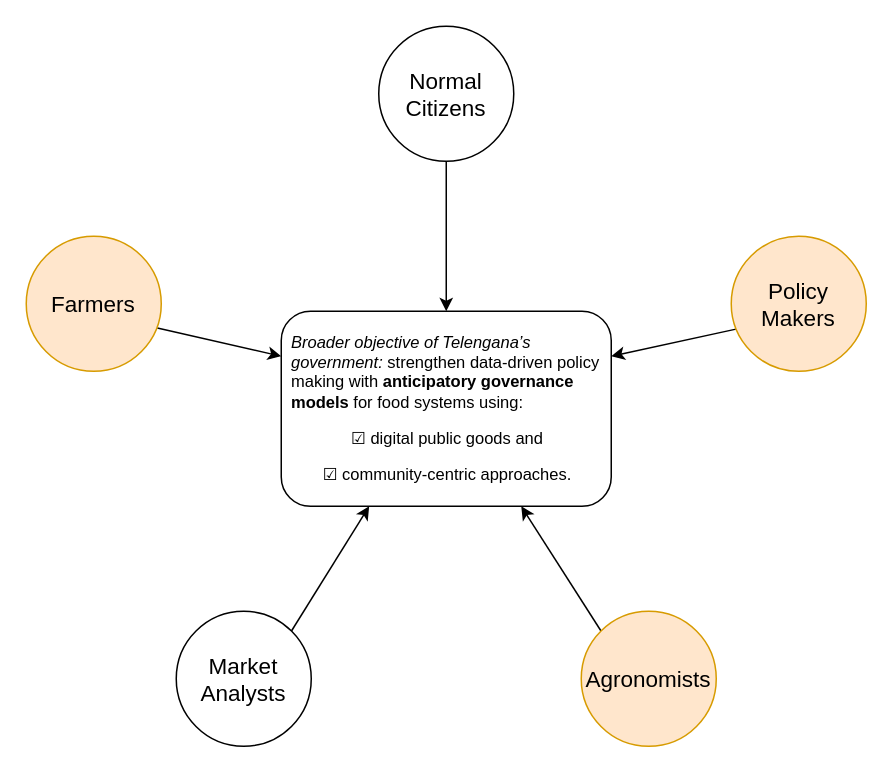
Earlier version of the draw.io diagram images_diagrams/stakeholders_in_broader_gov_objective.drawio (gabrielemarra/DREAM-ProjectDesign). Source tidied: cells renumbered, new cells numbered last; positions are measured from the earlier drawing's top-left corner, leaving out a move shared by most shapes. Both pictures are drawn from the tidied source at 150%, with x=0, y=0 at pixel (26, 26).
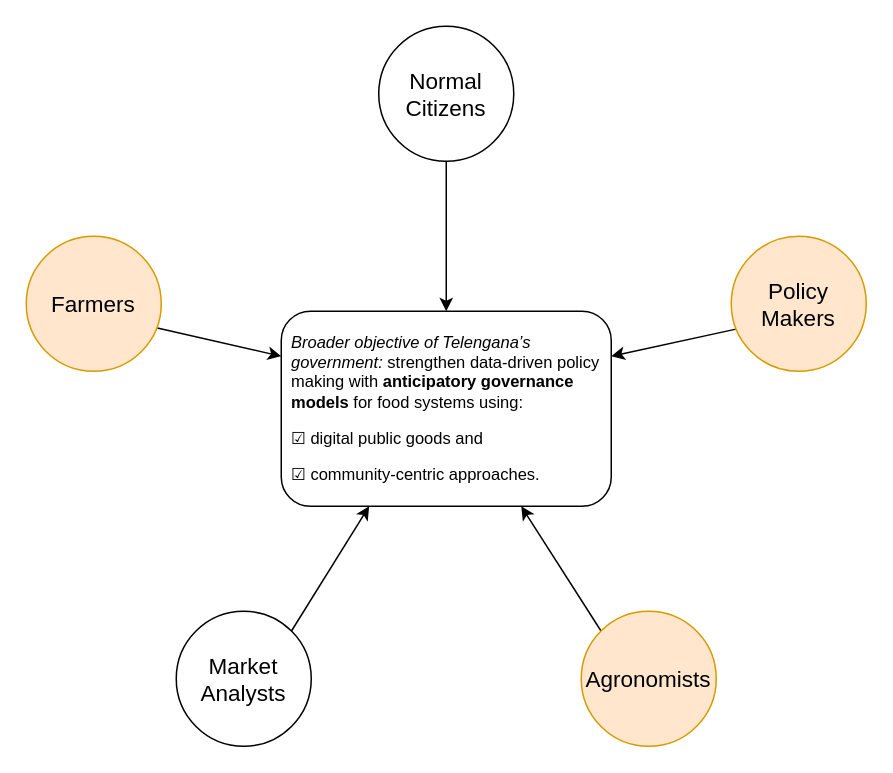
After the change.

Change to the diagram source:
```diff
@@
 <mxGraphModel>
   <root>
     <mxCell id="0" />
     <mxCell id="1" parent="0" />
     <mxCell id="2" style="edgeStyle=none;rounded=0;jettySize=auto;html=1;exitX=1;exitY=0;exitDx=0;exitDy=0;" parent="1" edge="1" source="3">
       <mxGeometry relative="1" as="geometry">
         <mxPoint x="228.6" y="320" as="targetPoint" />
       </mxGeometry>
     </mxCell>
     <mxCell id="3" value="&lt;font style=&quot;font-size: 15px&quot;&gt;Market Analysts&lt;/font&gt;" style="ellipse;whiteSpace=wrap;html=1;" parent="1" vertex="1">
       <mxGeometry x="100" y="390" width="90" height="90" as="geometry" />
     </mxCell>
     <mxCell id="4" style="edgeStyle=none;rounded=0;jettySize=auto;html=1;exitX=0;exitY=0;exitDx=0;exitDy=0;" parent="1" edge="1" source="5">
       <mxGeometry relative="1" as="geometry">
         <mxPoint x="330" y="320" as="targetPoint" />
       </mxGeometry>
     </mxCell>
     <mxCell id="5" value="&lt;font style=&quot;font-size: 15px&quot;&gt;Agronomists&lt;/font&gt;" style="ellipse;whiteSpace=wrap;html=1;fillColor=#ffe6cc;strokeColor=#d79b00;" parent="1" vertex="1">
       <mxGeometry x="370" y="390" width="90" height="90" as="geometry" />
     </mxCell>
     <mxCell id="6" style="edgeStyle=none;rounded=0;jettySize=auto;html=1;exitX=0.035;exitY=0.688;exitDx=0;exitDy=0;exitPerimeter=0;" parent="1" edge="1" source="7">
       <mxGeometry relative="1" as="geometry">
         <mxPoint x="390" y="220" as="targetPoint" />
       </mxGeometry>
     </mxCell>
     <mxCell id="7" value="&lt;div style=&quot;font-size: 15px&quot;&gt;&lt;font style=&quot;font-size: 15px&quot;&gt;Policy&lt;/font&gt;&lt;/div&gt;&lt;div style=&quot;font-size: 15px&quot;&gt;&lt;font style=&quot;font-size: 15px&quot;&gt;Makers&lt;/font&gt;&lt;/div&gt;" style="ellipse;whiteSpace=wrap;html=1;fillColor=#ffe6cc;strokeColor=#d79b00;" parent="1" vertex="1">
       <mxGeometry x="470" y="140" width="90" height="90" as="geometry" />
     </mxCell>
     <mxCell id="8" style="edgeStyle=none;rounded=0;jettySize=auto;html=1;exitX=0.971;exitY=0.679;exitDx=0;exitDy=0;entryX=0;entryY=0.375;entryDx=0;entryDy=0;entryPerimeter=0;exitPerimeter=0;" parent="1" edge="1" source="9">
       <mxGeometry relative="1" as="geometry">
         <mxPoint x="170" y="220" as="targetPoint" />
       </mxGeometry>
     </mxCell>
     <mxCell id="9" value="&lt;font style=&quot;font-size: 15px&quot;&gt;Farmers&lt;/font&gt;" style="ellipse;whiteSpace=wrap;html=1;fillColor=#ffe6cc;strokeColor=#d79b00;" parent="1" vertex="1">
       <mxGeometry y="140" width="90" height="90" as="geometry" />
     </mxCell>
     <mxCell id="10" style="rounded=0;jettySize=auto;html=1;exitX=0.5;exitY=1;exitDx=0;exitDy=0;entryX=0.5;entryY=0;entryDx=0;entryDy=0;" parent="1" edge="1" source="11">
       <mxGeometry relative="1" as="geometry">
         <mxPoint x="280" y="190" as="targetPoint" />
       </mxGeometry>
     </mxCell>
     <mxCell id="11" value="&lt;font style=&quot;font-size: 15px&quot;&gt;Normal Citizens&lt;/font&gt;" style="ellipse;whiteSpace=wrap;html=1;" parent="1" vertex="1">
       <mxGeometry x="235" width="90" height="90" as="geometry" />
     </mxCell>
-    <mxCell id="12" value="&lt;div style=&quot;font-size: 11px&quot;&gt;&lt;p&gt;&lt;font style=&quot;font-size: 11px&quot;&gt;&lt;i&gt;Broader objective of &lt;/i&gt;&lt;span&gt;&lt;i&gt;Telengana’s government:&lt;/i&gt; strengthen data-driven policy making with&lt;b&gt; anticipatory governance models&lt;/b&gt; for food systems using: &lt;br&gt;&lt;/span&gt;&lt;/font&gt;&lt;/p&gt;&lt;p align=&quot;center&quot;&gt;&lt;font style=&quot;font-size: 11px&quot;&gt;&lt;span&gt;☑ digital public goods and &lt;br&gt;&lt;/span&gt;&lt;/font&gt;&lt;/p&gt;&lt;p align=&quot;center&quot;&gt;&lt;font style=&quot;font-size: 11px&quot;&gt;&lt;span&gt;☑ community-centric approaches.&lt;br&gt;&lt;/span&gt;&lt;/font&gt;&lt;/p&gt;&lt;/div&gt;&#9;" style="rounded=1;whiteSpace=wrap;html=1;align=left;spacingLeft=5;spacingRight=5;spacing=2;horizontal=1;spacingBottom=0;" parent="1" vertex="1">
+    <mxCell id="12" value="&lt;div style=&quot;font-size: 11px&quot;&gt;&lt;p&gt;&lt;font style=&quot;font-size: 11px&quot;&gt;&lt;i&gt;Broader objective of &lt;/i&gt;&lt;span&gt;&lt;i&gt;Telengana’s government:&lt;/i&gt; strengthen data-driven policy making with&lt;b&gt; anticipatory governance models&lt;/b&gt; for food systems using: &lt;br&gt;&lt;/span&gt;&lt;/font&gt;&lt;/p&gt;&lt;p&gt;&lt;font style=&quot;font-size: 11px&quot;&gt;&lt;span&gt;☑ digital public goods and &lt;br&gt;&lt;/span&gt;&lt;/font&gt;&lt;/p&gt;&lt;p&gt;&lt;font style=&quot;font-size: 11px&quot;&gt;&lt;span&gt;☑ community-centric approaches.&lt;br&gt;&lt;/span&gt;&lt;/font&gt;&lt;/p&gt;&lt;/div&gt;&#9;" style="rounded=1;whiteSpace=wrap;html=1;align=left;spacingLeft=5;spacingRight=5;spacing=2;horizontal=1;spacingBottom=0;" parent="1" vertex="1">
       <mxGeometry x="170" y="190" width="220" height="130" as="geometry" />
     </mxCell>
   </root>
 </mxGraphModel>
```
